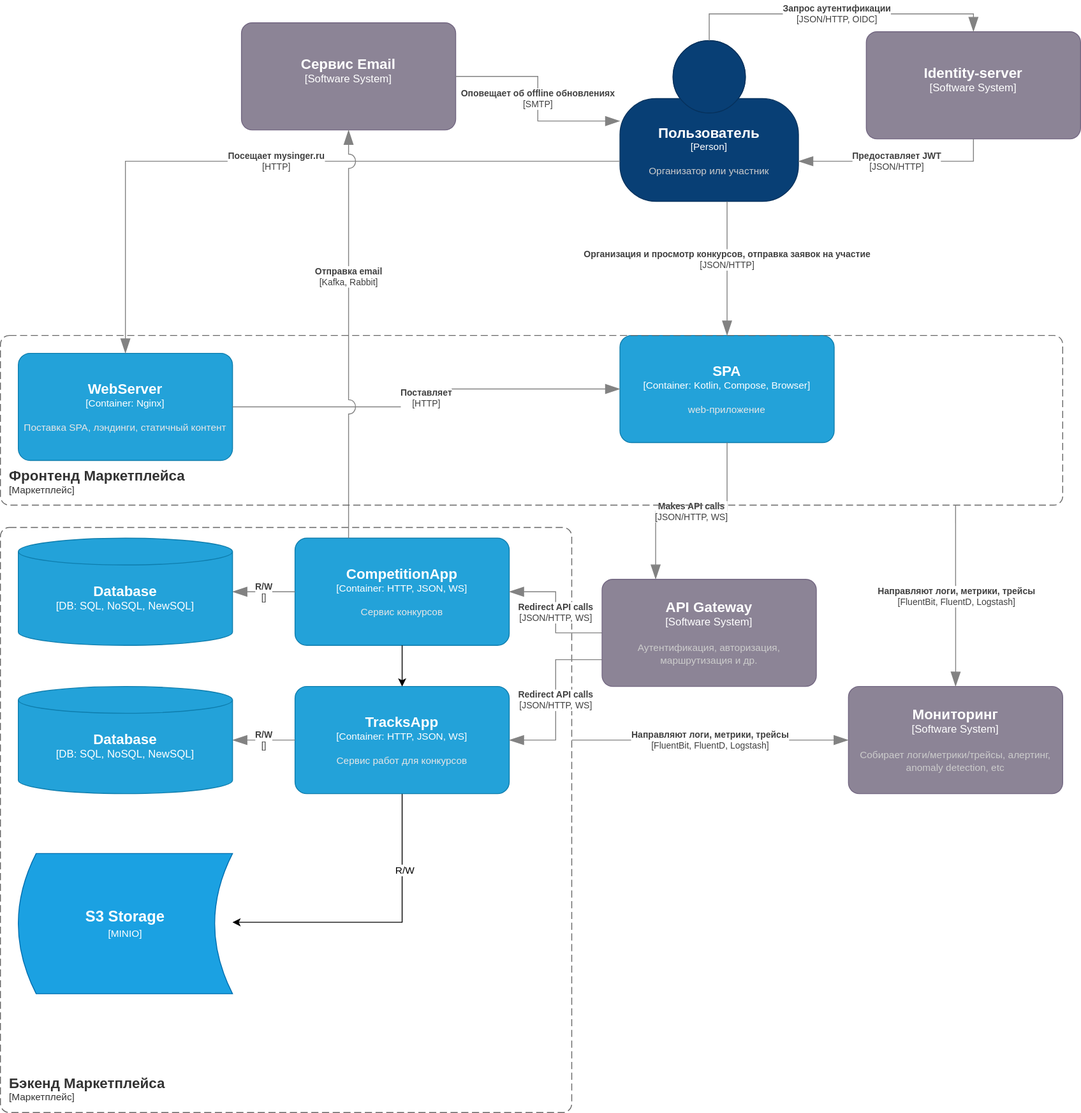
Earlier version of the draw.io export docs/03-architecture/containers.drawio.svg (greatstep93/marketplace). Source tidied: cells renumbered, new cells last; positions are measured from the earlier drawing's top-left corner, leaving out a move shared by most shapes.
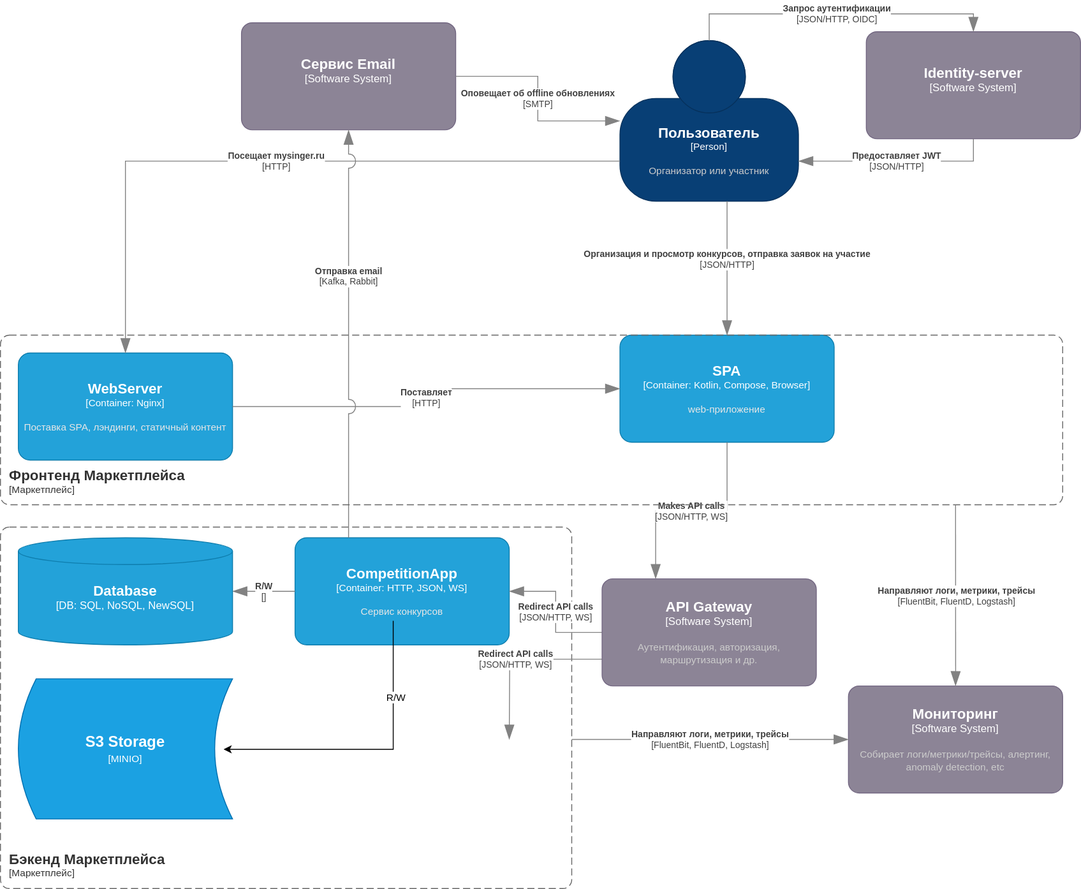
After the change.

The edit, as a diff of the source:
```diff
@@ -4,7 +4,7 @@
     <mxCell id="1" parent="0" />
     <object id="2" label="&lt;font style=&quot;font-size: 16px&quot;&gt;&lt;b&gt;&lt;div style=&quot;text-align: left&quot;&gt;%c4Name%&lt;/div&gt;&lt;/b&gt;&lt;/font&gt;&lt;div style=&quot;text-align: left&quot;&gt;[%c4Application%]&lt;/div&gt;" c4Application="Маркетплейс" c4Name="Бэкенд Маркетплейса" c4Type="SystemScopeBoundary" placeholders="1">
       <mxCell style="rounded=1;fontSize=11;whiteSpace=wrap;html=1;dashed=1;arcSize=20;fillColor=none;strokeColor=#666666;fontColor=#333333;labelBackgroundColor=none;align=left;verticalAlign=bottom;labelBorderColor=none;spacingTop=0;spacing=10;dashPattern=8 4;perimeter=rectanglePerimeter;noLabel=0;labelPadding=0;absoluteArcSize=1;" parent="1" vertex="1">
-        <mxGeometry y="575" width="640" height="655" as="geometry" />
+        <mxGeometry y="575" width="640" height="405" as="geometry" />
       </mxCell>
     </object>
     <object id="3" label="&lt;font style=&quot;font-size: 16px&quot;&gt;&lt;b&gt;%c4Name%&lt;/b&gt;&lt;/font&gt;&lt;div&gt;[%c4Type%]&lt;/div&gt;&lt;br&gt;&lt;div&gt;&lt;font style=&quot;font-size: 11px&quot;&gt;&lt;font color=&quot;#cccccc&quot;&gt;%c4Description%&lt;/font&gt;&lt;/div&gt;" c4Description="Организатор или участник" c4Name="Пользователь" c4Type="Person" placeholders="1">
@@ -102,37 +102,25 @@
         <mxGeometry x="0.28" relative="1" as="geometry" />
       </mxCell>
     </object>
-    <mxCell id="20" style="edgeStyle=orthogonalEdgeStyle;rounded=0;jettySize=auto;html=1;exitX=0.5;exitY=1;exitDx=0;exitDy=0;exitPerimeter=0;" parent="1" edge="1" source="22">
+    <mxCell id="20" style="edgeStyle=orthogonalEdgeStyle;rounded=0;orthogonalLoop=1;jettySize=auto;html=1;exitX=0.5;exitY=1;exitDx=0;exitDy=0;exitPerimeter=0;" parent="1" edge="1">
       <mxGeometry relative="1" as="geometry">
-        <mxPoint x="260" y="1017" as="targetPoint" />
+        <mxPoint x="440" y="680" as="sourcePoint" />
+        <mxPoint x="250" y="824" as="targetPoint" />
         <Array as="points">
-          <mxPoint x="450" y="1017" />
+          <mxPoint x="440" y="824" />
         </Array>
       </mxGeometry>
     </mxCell>
     <mxCell id="21" value="R/W" style="edgeLabel;html=1;align=center;verticalAlign=middle;" parent="20" vertex="1">
       <mxGeometry x="-0.49" y="2" relative="1" as="geometry" />
     </mxCell>
-    <object id="22" label="&lt;font style=&quot;font-size: 16px&quot;&gt;&lt;b&gt;%c4Name%&lt;/b&gt;&lt;/font&gt;&lt;div&gt;[%c4Type%: %c4Technology%]&lt;/div&gt;&lt;br&gt;&lt;div&gt;&lt;font style=&quot;font-size: 11px&quot;&gt;&lt;font color=&quot;#E6E6E6&quot;&gt;%c4Description%&lt;/font&gt;&lt;/div&gt;" c4Description="Сервис работ для конкурсов" c4Name="TracksApp" c4Technology="HTTP, JSON, WS" c4Type="Container" placeholders="1">
-      <mxCell style="rounded=1;whiteSpace=wrap;html=1;fontSize=11;labelBackgroundColor=none;fillColor=#23A2D9;fontColor=#ffffff;align=center;arcSize=11;strokeColor=#0E7DAD;points=[[0.25,0,0],[0.5,0,0],[0.75,0,0],[1,0.25,0],[1,0.5,0],[1,0.75,0],[0.75,1,0],[0.5,1,0],[0.25,1,0],[0,0.75,0],[0,0.5,0],[0,0.25,0]];" parent="1" vertex="1">
-        <mxGeometry x="330" y="753" width="240" height="120" as="geometry" />
-      </mxCell>
-    </object>
     <object id="23" label="&lt;div style=&quot;text-align: left&quot;&gt;&lt;div style=&quot;text-align: center&quot;&gt;&lt;b&gt;%c4Description%&lt;/b&gt;&lt;/div&gt;&lt;div style=&quot;text-align: center&quot;&gt;[%c4Technology%]&lt;/div&gt;&lt;/div&gt;" c4Description="Redirect API calls" c4Technology="JSON/HTTP, WS" c4Type="Relationship" placeholders="1">
-      <mxCell style="endArrow=blockThin;html=1;fontSize=10;fontColor=#404040;strokeWidth=1;endFill=1;strokeColor=#828282;elbow=vertical;endSize=14;startSize=14;jumpStyle=arc;jumpSize=16;rounded=0;edgeStyle=orthogonalEdgeStyle;exitX=0;exitY=0.75;exitDx=0;exitDy=0;exitPerimeter=0;entryX=1;entryY=0.5;entryDx=0;entryDy=0;entryPerimeter=0;" parent="1" edge="1" source="28" target="22">
-        <mxGeometry relative="1" as="geometry" />
+      <mxCell style="endArrow=blockThin;html=1;fontSize=10;fontColor=#404040;strokeWidth=1;endFill=1;strokeColor=#828282;elbow=vertical;endSize=14;startSize=14;jumpStyle=arc;jumpSize=16;rounded=0;edgeStyle=orthogonalEdgeStyle;exitX=0;exitY=0.75;exitDx=0;exitDy=0;exitPerimeter=0;entryX=1;entryY=0.5;entryDx=0;entryDy=0;entryPerimeter=0;" parent="1" edge="1" source="28">
+        <mxGeometry relative="1" as="geometry">
+          <mxPoint x="570" y="813" as="targetPoint" />
+        </mxGeometry>
       </mxCell>
     </object>
-    <object id="24" label="&lt;div style=&quot;text-align: left&quot;&gt;&lt;div style=&quot;text-align: center&quot;&gt;&lt;b&gt;%c4Description%&lt;/b&gt;&lt;/div&gt;&lt;div style=&quot;text-align: center&quot;&gt;[%c4Technology%]&lt;/div&gt;&lt;/div&gt;" c4Description="R/W" c4Technology="" c4Type="Relationship" placeholders="1">
-      <mxCell style="endArrow=blockThin;html=1;fontSize=10;fontColor=#404040;strokeWidth=1;endFill=1;strokeColor=#828282;elbow=vertical;endSize=14;startSize=14;jumpStyle=arc;jumpSize=16;rounded=0;edgeStyle=orthogonalEdgeStyle;exitX=0;exitY=0.5;exitDx=0;exitDy=0;exitPerimeter=0;entryX=1;entryY=0.5;entryDx=0;entryDy=0;entryPerimeter=0;" parent="1" edge="1" source="22" target="25">
-        <mxGeometry relative="1" as="geometry" />
-      </mxCell>
-    </object>
-    <object id="25" label="&lt;font style=&quot;font-size: 16px&quot;&gt;&lt;b&gt;%c4Type%&lt;/b&gt;&lt;/font&gt;&lt;div&gt;[%c4Container%:&amp;nbsp;%c4Technology%]&lt;/div&gt;&lt;br&gt;&lt;div&gt;&lt;font style=&quot;font-size: 11px&quot;&gt;&lt;font color=&quot;#E6E6E6&quot;&gt;%c4Description%&lt;/font&gt;&lt;/div&gt;" c4Container="DB" c4Description="" c4Technology="SQL, NoSQL, NewSQL" c4Type="Database" placeholders="1">
-      <mxCell style="shape=cylinder3;size=15;whiteSpace=wrap;html=1;boundedLbl=1;rounded=0;labelBackgroundColor=none;fillColor=#23A2D9;fontSize=12;fontColor=#ffffff;align=center;strokeColor=#0E7DAD;points=[[0.5,0,0],[1,0.25,0],[1,0.5,0],[1,0.75,0],[0.5,1,0],[0,0.75,0],[0,0.5,0],[0,0.25,0]];" parent="1" vertex="1">
-        <mxGeometry x="20" y="753" width="240" height="120" as="geometry" />
-      </mxCell>
-    </object>
     <object id="26" label="&lt;font style=&quot;font-size: 16px&quot;&gt;&lt;b&gt;%c4Name%&lt;/b&gt;&lt;/font&gt;&lt;div&gt;[%c4Type%]&lt;/div&gt;&lt;br&gt;&lt;div&gt;&lt;font style=&quot;font-size: 11px&quot;&gt;&lt;font color=&quot;#cccccc&quot;&gt;%c4Description%&lt;/font&gt;&lt;/div&gt;" c4Description="Собирает логи/метрики/трейсы, алертинг, anomaly detection, etc" c4Name="Мониторинг" c4Type="Software System" placeholders="1">
       <mxCell style="rounded=1;whiteSpace=wrap;html=1;labelBackgroundColor=none;fillColor=#8C8496;fontColor=#ffffff;align=center;arcSize=10;strokeColor=#736782;points=[[0.25,0,0],[0.5,0,0],[0.75,0,0],[1,0.25,0],[1,0.5,0],[1,0.75,0],[0.75,1,0],[0.5,1,0],[0.25,1,0],[0,0.75,0],[0,0.5,0],[0,0.25,0]];" parent="1" vertex="1">
         <mxGeometry x="950" y="753" width="240" height="120" as="geometry" />
@@ -166,10 +154,7 @@
       </mxCell>
     </object>
     <mxCell id="31" value="&lt;b&gt;&lt;font style=&quot;font-size: 17px;&quot;&gt;S3 Storage&lt;/font&gt;&lt;/b&gt;&lt;div&gt;&lt;font style=&quot;font-size: 11px;&quot;&gt;[MINIO]&lt;/font&gt;&lt;/div&gt;" style="shape=dataStorage;whiteSpace=wrap;html=1;fixedSize=1;fillColor=#1ba1e2;strokeColor=#006EAF;fontColor=#ffffff;" parent="1" vertex="1">
-      <mxGeometry x="20" y="940" width="240" height="157" as="geometry" />
+      <mxGeometry x="20" y="745" width="240" height="157" as="geometry" />
     </mxCell>
-    <mxCell id="32" style="edgeStyle=orthogonalEdgeStyle;rounded=0;jettySize=auto;html=1;exitX=0.5;exitY=1;exitDx=0;exitDy=0;exitPerimeter=0;entryX=0.5;entryY=0;entryDx=0;entryDy=0;entryPerimeter=0;" parent="1" edge="1" source="14" target="22">
-      <mxGeometry relative="1" as="geometry" />
-    </mxCell>
   </root>
 </mxGraphModel>
```
